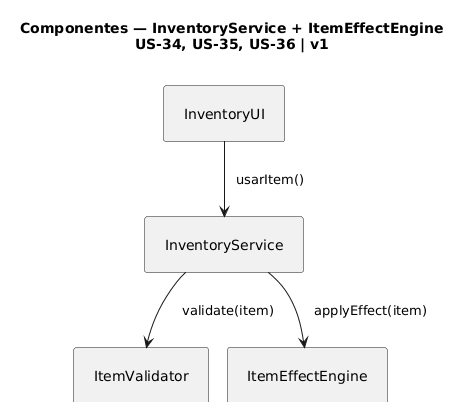
UnBArqDsw2026-1-Turma02/2026.1_T02_G1_MadDev_Entrega_02 keeps this PlantUML diagram as docs/assets/UML_Consumiveis_DiagramaDeComponentes.png. Above is the earlier version. The source it was exported from:
```plantuml
@startuml
!pragma layout smetana

title Componentes — InventoryService + ItemEffectEngine\nUS-34, US-35, US-36 | v1

skinparam componentStyle rectangle
skinparam padding 10

component "InventoryUI" as UI
component "InventoryService" as IS
component "ItemValidator" as IV
component "ItemEffectEngine" as IE

UI --> IS : usarItem()
IS --> IV : validate(item)
IS --> IE : applyEffect(item)
@enduml
```
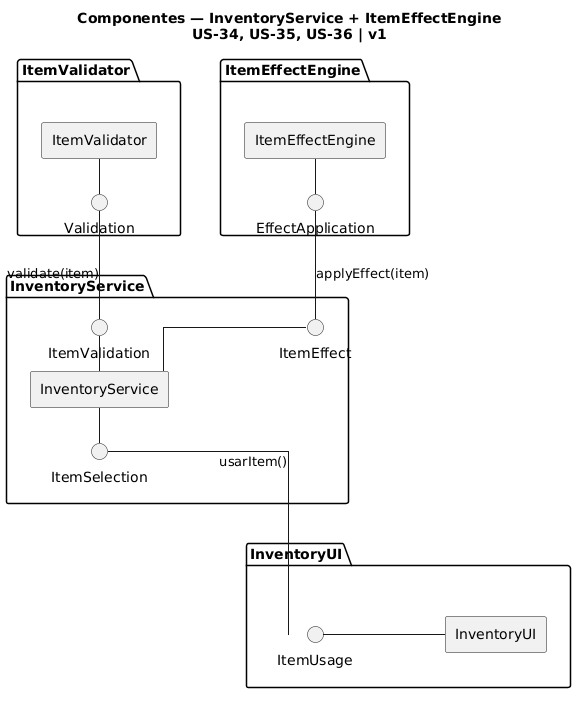
The same diagram one commit later.

Commit message:
docs(UML): adiciona diagramas nos arquivos markdown, e corrige UML em caso de uso e componentes

What changed in the source:
```diff
@@ -1,17 +1,43 @@
 @startuml
-!pragma layout smetana
-
 title Componentes — InventoryService + ItemEffectEngine\nUS-34, US-35, US-36 | v1
 
+left to right direction
 skinparam componentStyle rectangle
-skinparam padding 10
+skinparam linetype ortho
 
-component "InventoryUI" as UI
-component "InventoryService" as IS
-component "ItemValidator" as IV
-component "ItemEffectEngine" as IE
+package "InventoryUI" as UI_pkg {
+  component "InventoryUI" as UI
+  interface "ItemUsage" as IItemUsage
+  UI -up- IItemUsage
+}
 
-UI --> IS : usarItem()
-IS --> IV : validate(item)
-IS --> IE : applyEffect(item)
+package "InventoryService" as IS_pkg {
+  component "InventoryService" as IS
+  interface "ItemSelection" as ISelection
+  interface "ItemValidation" as IValidation
+  interface "ItemEffect" as IEffect
+  IS -left- ISelection
+  IS -right- IValidation
+  IS -down- IEffect
+}
+
+package "ItemValidator" as IV_pkg {
+  component "ItemValidator" as IV
+  interface "Validation" as IVal
+  IV -left- IVal
+}
+
+package "ItemEffectEngine" as IE_pkg {
+  component "ItemEffectEngine" as IE
+  interface "EffectApplication" as IEffectApp
+  IE -left- IEffectApp
+}
+
+UI_pkg -[hidden]down- IS_pkg
+IS_pkg -[hidden]right- IV_pkg
+IV_pkg -[hidden]down- IE_pkg
+
+IItemUsage -up- ISelection : usarItem()
+IValidation -right- IVal : validate(item)
+IEffect -right- IEffectApp : applyEffect(item)
 @enduml
```
